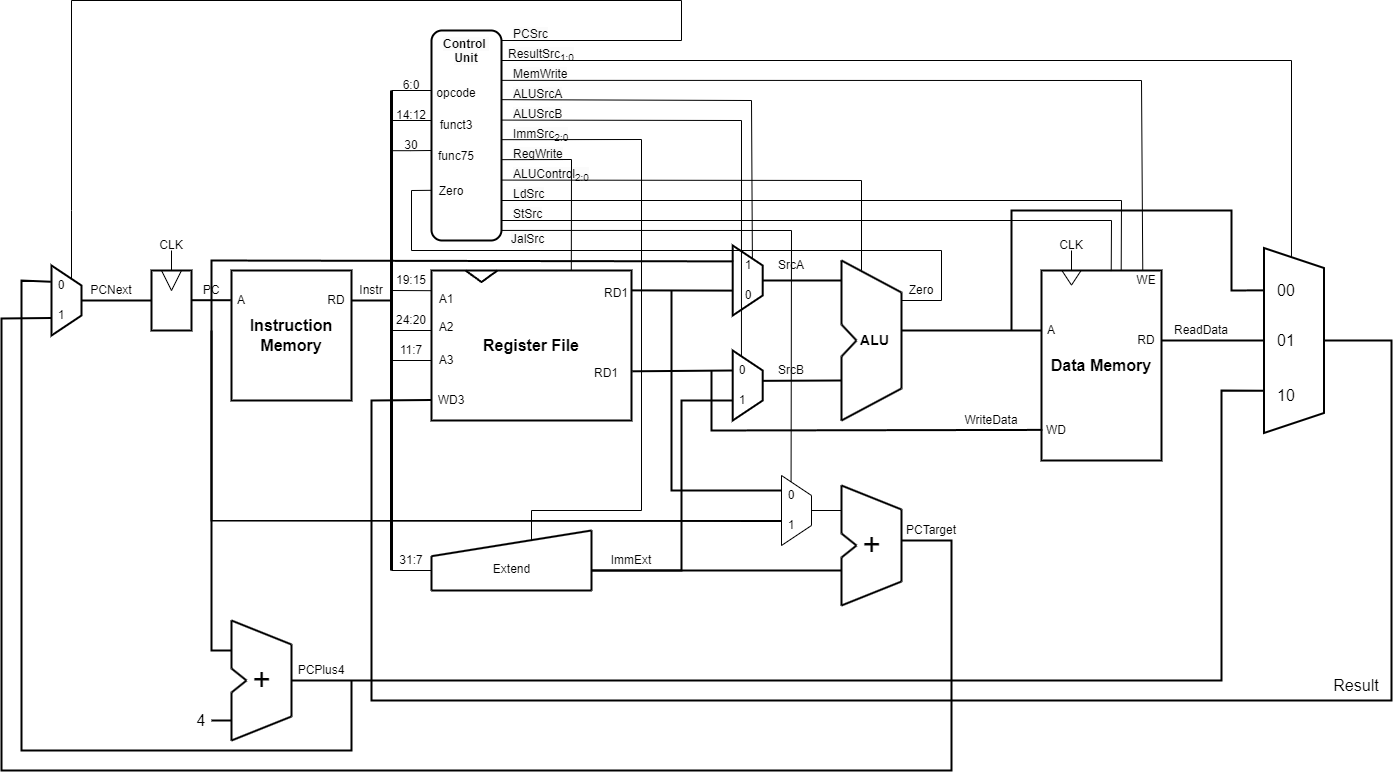
Above: Images/Overview.png in franfafdaf/IAC_23autumn_Group17-Coursework (draw.io), before the change. Source tidied: cells renumbered, new cells last; positions are measured from the earlier drawing's top-left corner, leaving out a move shared by most shapes.
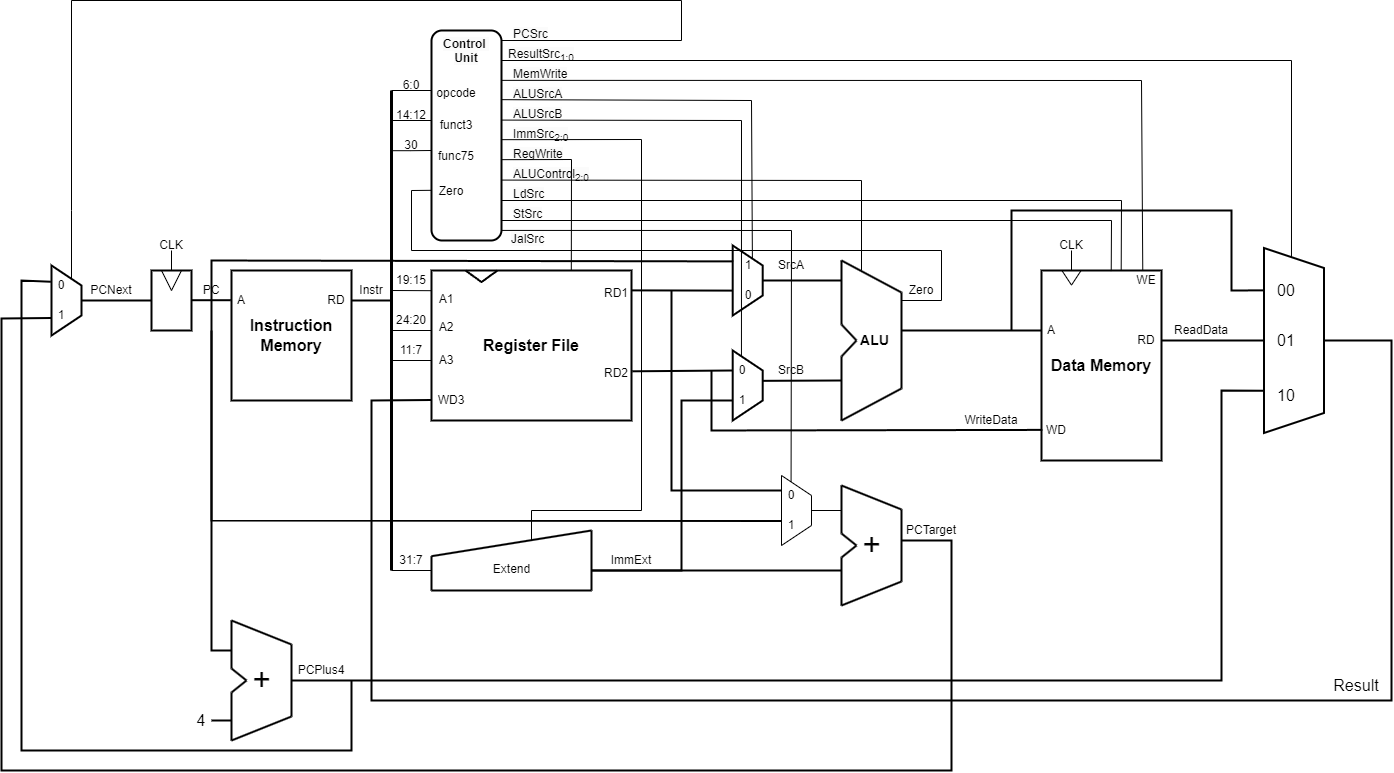
After the commit.

The edit, as a diff of the source:
```diff
@@ -104,8 +104,8 @@
     <mxCell id="30" value="RD1" style="text;strokeColor=none;align=center;fillColor=none;html=1;verticalAlign=middle;whiteSpace=wrap;rounded=0;strokeWidth=2;" parent="23" vertex="1">
       <mxGeometry x="170" y="5.4" width="30" height="34.6" as="geometry" />
     </mxCell>
-    <mxCell id="31" value="RD1" style="text;strokeColor=none;align=center;fillColor=none;html=1;verticalAlign=middle;whiteSpace=wrap;rounded=0;strokeWidth=2;" parent="23" vertex="1">
-      <mxGeometry x="160" y="85.4" width="30" height="34.6" as="geometry" />
+    <mxCell id="31" value="RD2" style="text;strokeColor=none;align=center;fillColor=none;html=1;verticalAlign=middle;whiteSpace=wrap;rounded=0;strokeWidth=2;" parent="23" vertex="1">
+      <mxGeometry x="170" y="85.4" width="30" height="34.6" as="geometry" />
     </mxCell>
     <mxCell id="32" style="endArrow=none;html=1;rounded=0;entryX=0;entryY=0.25;entryDx=0;entryDy=0;" parent="1" edge="1" target="26">
       <mxGeometry relative="1" as="geometry">
```
